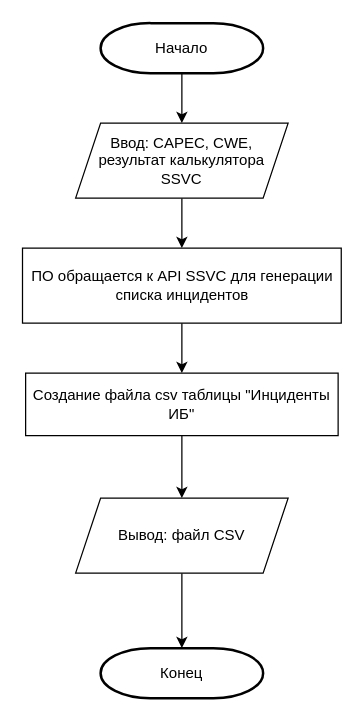
This is Algorithm_OPZ/(3. ЧР) 1. Алгоритм Генерация инцидентов.drawio from SmirnovBogdan8/Diplom, a draw.io file, before an edit. Source tidied: cells renumbered, new cells numbered last; positions are measured from the earlier drawing's top-left corner, leaving out a move shared by most shapes. Both pictures are drawn from the tidied source at 125%, with x=0, y=0 at pixel (22, 22).
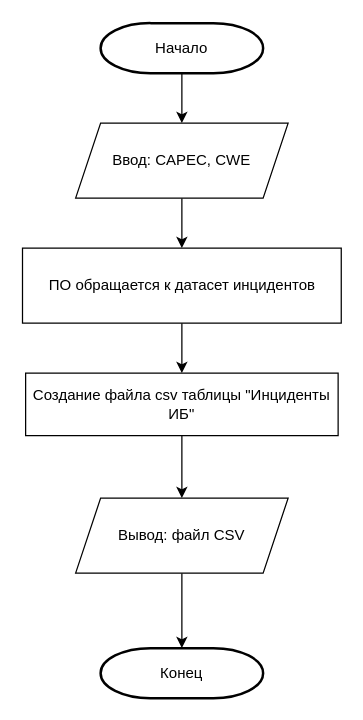
After the change.

Change to the diagram source:
```diff
@@
 <mxGraphModel>
   <root>
     <mxCell id="0" />
     <mxCell id="1" parent="0" />
     <mxCell id="2" style="edgeStyle=orthogonalEdgeStyle;rounded=0;jettySize=auto;html=1;" parent="1" edge="1" source="3" target="6">
       <mxGeometry relative="1" as="geometry" />
     </mxCell>
     <mxCell id="3" value="Начало" style="strokeWidth=2;html=1;shape=mxgraph.flowchart.terminator;whiteSpace=wrap;" parent="1" vertex="1">
       <mxGeometry x="62" width="130" height="40" as="geometry" />
     </mxCell>
     <mxCell id="4" value="Конец" style="strokeWidth=2;html=1;shape=mxgraph.flowchart.terminator;whiteSpace=wrap;" parent="1" vertex="1">
       <mxGeometry x="62" y="500" width="130" height="40" as="geometry" />
     </mxCell>
     <mxCell id="5" style="edgeStyle=orthogonalEdgeStyle;rounded=0;jettySize=auto;html=1;" parent="1" edge="1" source="6" target="8">
       <mxGeometry relative="1" as="geometry" />
     </mxCell>
-    <mxCell id="6" value="Ввод: CAPEC, CWE, результат калькулятора SSVC" style="shape=parallelogram;perimeter=parallelogramPerimeter;whiteSpace=wrap;html=1;fixedSize=1;" parent="1" vertex="1">
+    <mxCell id="6" value="Ввод: CAPEC, CWE" style="shape=parallelogram;perimeter=parallelogramPerimeter;whiteSpace=wrap;html=1;fixedSize=1;" parent="1" vertex="1">
       <mxGeometry x="42" y="80" width="170" height="60" as="geometry" />
     </mxCell>
     <mxCell id="7" style="edgeStyle=orthogonalEdgeStyle;rounded=0;jettySize=auto;html=1;" parent="1" edge="1" source="8" target="10">
       <mxGeometry relative="1" as="geometry" />
     </mxCell>
-    <mxCell id="8" value="ПО обращается к API SSVC для генерации списка инцидентов" style="rounded=0;whiteSpace=wrap;html=1;" parent="1" vertex="1">
+    <mxCell id="8" value="ПО обращается к датасет инцидентов" style="rounded=0;whiteSpace=wrap;html=1;" parent="1" vertex="1">
       <mxGeometry x="-0.5" y="180" width="255" height="60" as="geometry" />
     </mxCell>
     <mxCell id="9" style="edgeStyle=orthogonalEdgeStyle;rounded=0;jettySize=auto;html=1;" parent="1" edge="1" source="10" target="12">
       <mxGeometry relative="1" as="geometry" />
     </mxCell>
     <mxCell id="10" value="Создание файла csv таблицы &quot;Инциденты ИБ&quot;" style="rounded=0;whiteSpace=wrap;html=1;" parent="1" vertex="1">
       <mxGeometry x="2" y="280" width="250" height="50" as="geometry" />
     </mxCell>
     <mxCell id="11" style="edgeStyle=orthogonalEdgeStyle;rounded=0;jettySize=auto;html=1;" parent="1" edge="1" source="12" target="4">
       <mxGeometry relative="1" as="geometry" />
     </mxCell>
     <mxCell id="12" value="Вывод: файл CSV" style="shape=parallelogram;perimeter=parallelogramPerimeter;whiteSpace=wrap;html=1;fixedSize=1;" parent="1" vertex="1">
       <mxGeometry x="42" y="380" width="170" height="60" as="geometry" />
     </mxCell>
   </root>
 </mxGraphModel>
```
